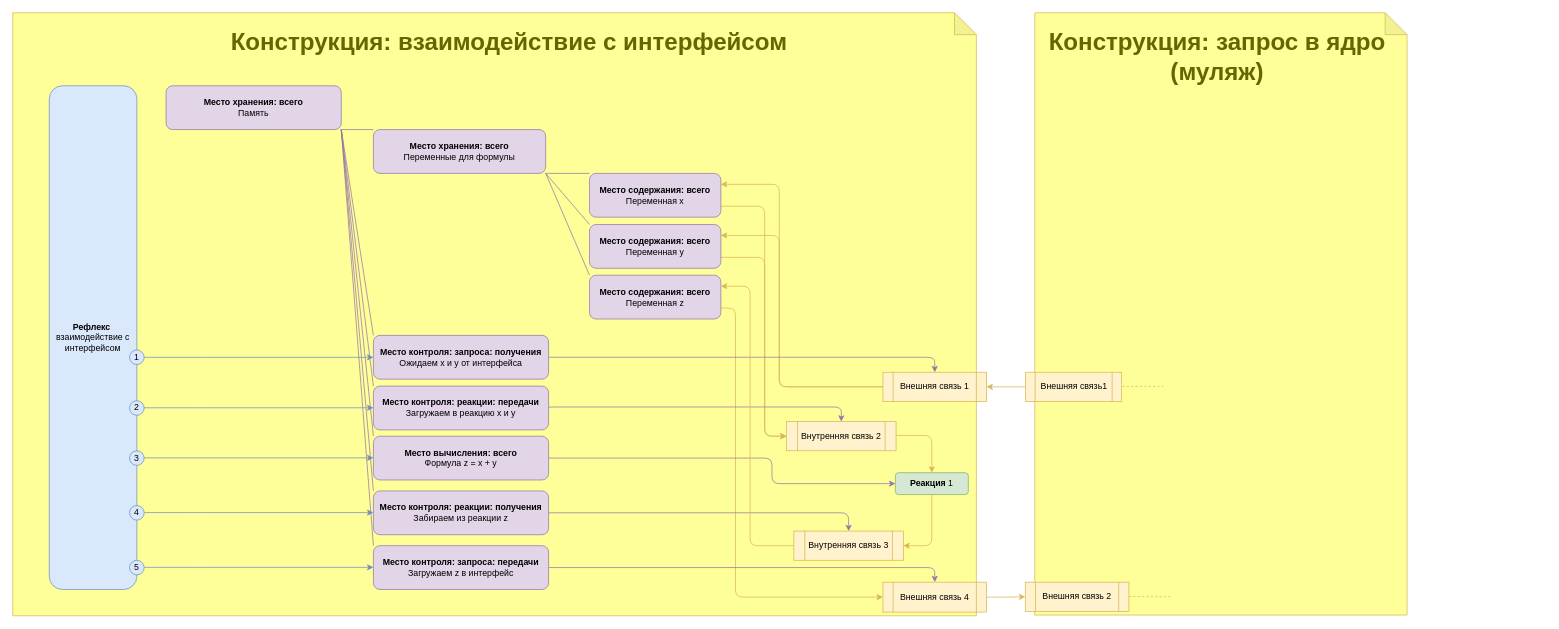
Earlier version of the draw.io diagram Картинки/Взаимодействие ядра.drawio (it-architector/invention.csdr). Source tidied: cells renumbered, new cells numbered last; positions are measured from the earlier drawing's top-left corner, leaving out a move shared by most shapes. Both pictures are drawn from the tidied source at 73%, with x=0, y=0 at pixel (12, 12).
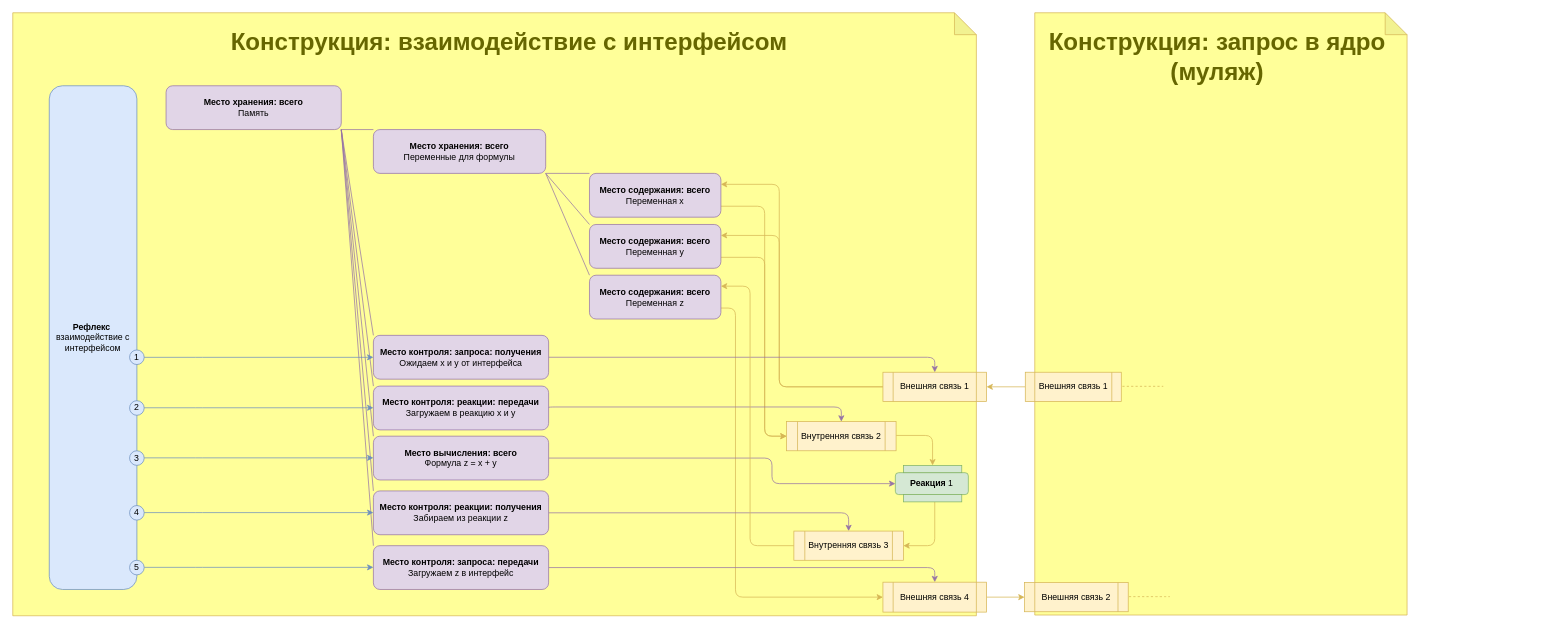
Above is the later version.

The change refers to these unchanged cells:
```xml
<mxCell id="41" value="Внутренняя связь 2" style="shape=process;whiteSpace=wrap;html=1;backgroundOutline=1;fillColor=#fff2cc;strokeColor=#D6B656;" parent="1" vertex="1">
  <mxGeometry x="1060" y="560" width="150" height="40" as="geometry" />
</mxCell>
<mxCell id="43" value="Внутренняя связь 3" style="shape=process;whiteSpace=wrap;html=1;backgroundOutline=1;fillColor=#fff2cc;strokeColor=#D6B656;" parent="1" vertex="1">
  <mxGeometry x="1070" y="710" width="150" height="40" as="geometry" />
</mxCell>
```

The edit, as a diff of the source:
```diff
@@
-    <mxCell id="12" style="edgeStyle=orthogonalEdgeStyle;jettySize=auto;html=1;exitX=0.5;exitY=1;exitDx=0;exitDy=0;entryX=1;entryY=0.5;entryDx=0;entryDy=0;endArrow=classic;endFill=1;strokeColor=#D6B656;" parent="1" edge="1" source="13" target="43">
-      <mxGeometry relative="1" as="geometry" />
+    <mxCell id="12" style="edgeStyle=orthogonalEdgeStyle;jettySize=auto;html=1;exitX=0.5;exitY=1;exitDx=0;exitDy=0;entryX=1;entryY=0.5;entryDx=0;entryDy=0;endArrow=classic;endFill=1;strokeColor=#D6B656;" parent="1" edge="1" target="43">
+      <mxGeometry relative="1" as="geometry">
+        <mxPoint x="1263" y="670" as="sourcePoint" />
+        <Array as="points">
+          <mxPoint x="1263" y="730" />
+        </Array>
+      </mxGeometry>
     </mxCell>
-    <mxCell id="13" value="&lt;b&gt;Реакция&lt;/b&gt;&amp;nbsp;1" style="rounded=1;whiteSpace=wrap;html=1;fillColor=#d5e8d4;strokeColor=#82b366;" parent="1" vertex="1">
+    <mxCell id="13" value="&lt;b&gt;Реакция&lt;/b&gt;&amp;nbsp;1" style="rounded=1;whiteSpace=wrap;html=1;fillColor=#d5e8d4;strokeColor=#82B366;" parent="1" vertex="1">
       <mxGeometry x="1209" y="630" width="100" height="30" as="geometry" />
     </mxCell>
@@
-    <mxCell id="40" style="edgeStyle=orthogonalEdgeStyle;jettySize=auto;html=1;exitX=1.001;exitY=0.475;exitDx=0;exitDy=0;endArrow=classic;endFill=1;strokeColor=#D6B656;entryX=0.5;entryY=0;entryDx=0;entryDy=0;exitPerimeter=0;" parent="1" edge="1" source="41" target="13">
+    <mxCell id="40" style="edgeStyle=orthogonalEdgeStyle;jettySize=auto;html=1;exitX=1.001;exitY=0.475;exitDx=0;exitDy=0;endArrow=classic;endFill=1;strokeColor=#D6B656;exitPerimeter=0;" parent="1" edge="1" source="41" target="61">
       <mxGeometry relative="1" as="geometry" />
     </mxCell>
@@
-    <mxCell id="55" value="Внешняя связь1" style="shape=process;whiteSpace=wrap;html=1;backgroundOutline=1;fillColor=#fff2cc;strokeColor=#D6B656;" parent="1" vertex="1">
-      <mxGeometry x="1387.5" y="492.4" width="131.5" height="40" as="geometry" />
+    <mxCell id="55" value="Внешняя связь 1" style="shape=process;whiteSpace=wrap;html=1;backgroundOutline=1;fillColor=#fff2cc;strokeColor=#D6B656;" parent="1" vertex="1">
+      <mxGeometry x="1387" y="492.4" width="131.5" height="40" as="geometry" />
     </mxCell>
     <mxCell id="56" value="Внешняя связь 2" style="shape=process;whiteSpace=wrap;html=1;backgroundOutline=1;fillColor=#fff2cc;strokeColor=#D6B656;" parent="1" vertex="1">
-      <mxGeometry x="1387" y="780" width="142" height="40" as="geometry" />
+      <mxGeometry x="1386" y="780.5" width="142" height="40" as="geometry" />
     </mxCell>
@@
+    <mxCell id="61" style="rounded=0;whiteSpace=wrap;html=1;fillColor=#D5E8D4;strokeColor=#82B366;" parent="1" vertex="1">
+      <mxGeometry x="1220" y="620" width="80" height="10" as="geometry" />
+    </mxCell>
+    <mxCell id="62" style="rounded=0;whiteSpace=wrap;html=1;fillColor=#D5E8D4;strokeColor=#82B366;" parent="1" vertex="1">
+      <mxGeometry x="1220" y="660" width="80" height="10" as="geometry" />
+    </mxCell>
```
